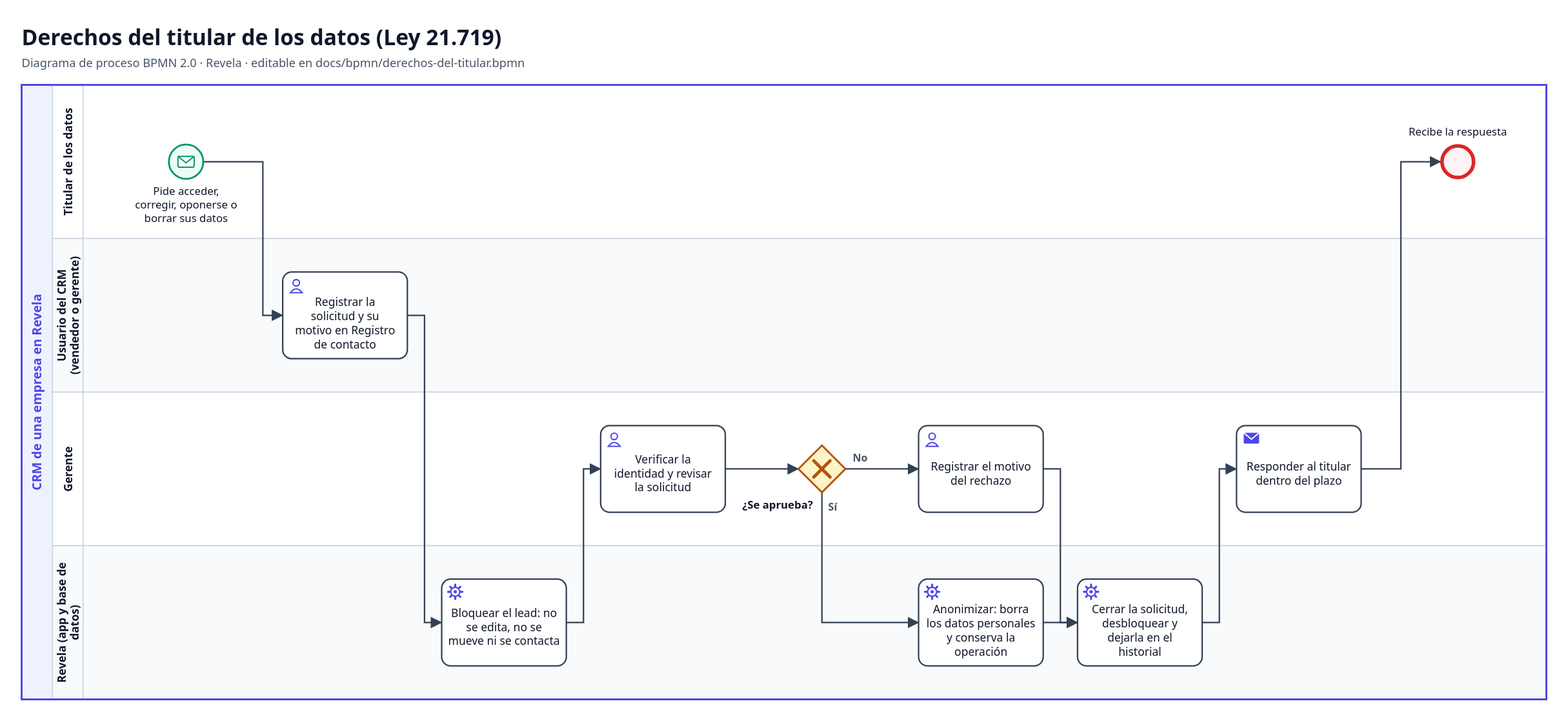
YairCosta/CAPSTONE_003D keeps this BPMN diagram as docs/bpmn/derechos-del-titular.svg. Above is the earlier version. Its source is kept beside it as docs/bpmn/derechos-del-titular.bpmn. Ids are renumbered. The source it was exported from:
```xml
<bpmn:definitions xmlns:bpmn="http://www.omg.org/spec/BPMN/20100524/MODEL" xmlns:bpmndi="http://www.omg.org/spec/BPMN/20100524/DI" xmlns:dc="http://www.omg.org/spec/DD/20100524/DC" xmlns:di="http://www.omg.org/spec/DD/20100524/DI" xmlns:xsi="http://www.w3.org/2001/XMLSchema-instance" id="Definiciones_derechos-del-titular" targetNamespace="https://revela.cl/bpmn" exporter="Revela (scripts/generar-bpmn.mjs)" exporterVersion="1.0">
  <bpmn:collaboration id="Colaboracion_derechos-del-titular">
    <bpmn:documentation>Derechos del titular de los datos (Ley 21.719)</bpmn:documentation>
    <bpmn:participant id="Participante_derechos-del-titular" name="CRM de una empresa en Revela" processRef="Proceso_derechos-del-titular" />
  </bpmn:collaboration>
  <bpmn:process id="Proceso_derechos-del-titular" name="Derechos del titular de los datos (Ley 21.719)" isExecutable="false">
    <bpmn:laneSet id="Carriles_derechos-del-titular">
      <bpmn:lane id="Carril_titular" name="Titular de los datos">
        <bpmn:flowNodeRef>Nodo_pide</bpmn:flowNodeRef>
        <bpmn:flowNodeRef>Nodo_recibe</bpmn:flowNodeRef>
      </bpmn:lane>
      <bpmn:lane id="Carril_usuario" name="Usuario del CRM (vendedor o gerente)">
        <bpmn:flowNodeRef>Nodo_registrar</bpmn:flowNodeRef>
      </bpmn:lane>
      <bpmn:lane id="Carril_gerente" name="Gerente">
        <bpmn:flowNodeRef>Nodo_revisar</bpmn:flowNodeRef>
        <bpmn:flowNodeRef>Nodo_gAprueba</bpmn:flowNodeRef>
        <bpmn:flowNodeRef>Nodo_motivo</bpmn:flowNodeRef>
        <bpmn:flowNodeRef>Nodo_responder</bpmn:flowNodeRef>
      </bpmn:lane>
      <bpmn:lane id="Carril_sistema" name="Revela (app y base de datos)">
        <bpmn:flowNodeRef>Nodo_bloquear</bpmn:flowNodeRef>
        <bpmn:flowNodeRef>Nodo_anonimizar</bpmn:flowNodeRef>
        <bpmn:flowNodeRef>Nodo_cerrar</bpmn:flowNodeRef>
      </bpmn:lane>
    </bpmn:laneSet>
    <bpmn:startEvent id="Nodo_pide" name="Pide acceder, corregir, oponerse o borrar sus datos">
      <bpmn:outgoing>Flujo_1</bpmn:outgoing>
      <bpmn:messageEventDefinition id="Mensaje_pide" />
    </bpmn:startEvent>
    <bpmn:userTask id="Nodo_registrar" name="Registrar la solicitud y su motivo en Registro de contacto">
      <bpmn:incoming>Flujo_1</bpmn:incoming>
      <bpmn:outgoing>Flujo_2</bpmn:outgoing>
    </bpmn:userTask>
    <bpmn:serviceTask id="Nodo_bloquear" name="Bloquear el lead: no se edita, no se mueve ni se contacta">
      <bpmn:incoming>Flujo_2</bpmn:incoming>
      <bpmn:outgoing>Flujo_3</bpmn:outgoing>
    </bpmn:serviceTask>
    <bpmn:userTask id="Nodo_revisar" name="Verificar la identidad y revisar la solicitud">
      <bpmn:incoming>Flujo_3</bpmn:incoming>
      <bpmn:outgoing>Flujo_4</bpmn:outgoing>
    </bpmn:userTask>
    <bpmn:exclusiveGateway id="Nodo_gAprueba" name="¿Se aprueba?">
      <bpmn:incoming>Flujo_4</bpmn:incoming>
      <bpmn:outgoing>Flujo_5</bpmn:outgoing>
      <bpmn:outgoing>Flujo_6</bpmn:outgoing>
    </bpmn:exclusiveGateway>
    <bpmn:userTask id="Nodo_motivo" name="Registrar el motivo del rechazo">
      <bpmn:incoming>Flujo_5</bpmn:incoming>
      <bpmn:outgoing>Flujo_7</bpmn:outgoing>
    </bpmn:userTask>
    <bpmn:serviceTask id="Nodo_anonimizar" name="Anonimizar: borra los datos personales y conserva la operación">
      <bpmn:incoming>Flujo_6</bpmn:incoming>
      <bpmn:outgoing>Flujo_8</bpmn:outgoing>
    </bpmn:serviceTask>
    <bpmn:serviceTask id="Nodo_cerrar" name="Cerrar la solicitud, desbloquear y dejarla en el historial">
      <bpmn:incoming>Flujo_7</bpmn:incoming>
      <bpmn:incoming>Flujo_8</bpmn:incoming>
      <bpmn:outgoing>Flujo_9</bpmn:outgoing>
    </bpmn:serviceTask>
    <bpmn:sendTask id="Nodo_responder" name="Responder al titular dentro del plazo">
      <bpmn:incoming>Flujo_9</bpmn:incoming>
      <bpmn:outgoing>Flujo_10</bpmn:outgoing>
    </bpmn:sendTask>
    <bpmn:endEvent id="Nodo_recibe" name="Recibe la respuesta">
      <bpmn:incoming>Flujo_10</bpmn:incoming>
    </bpmn:endEvent>
    <bpmn:sequenceFlow id="Flujo_1" sourceRef="Nodo_pide" targetRef="Nodo_registrar" />
    <bpmn:sequenceFlow id="Flujo_2" sourceRef="Nodo_registrar" targetRef="Nodo_bloquear" />
    <bpmn:sequenceFlow id="Flujo_3" sourceRef="Nodo_bloquear" targetRef="Nodo_revisar" />
    <bpmn:sequenceFlow id="Flujo_4" sourceRef="Nodo_revisar" targetRef="Nodo_gAprueba" />
    <bpmn:sequenceFlow id="Flujo_5" name="No" sourceRef="Nodo_gAprueba" targetRef="Nodo_motivo" />
    <bpmn:sequenceFlow id="Flujo_6" name="Sí" sourceRef="Nodo_gAprueba" targetRef="Nodo_anonimizar" />
    <bpmn:sequenceFlow id="Flujo_7" sourceRef="Nodo_motivo" targetRef="Nodo_cerrar" />
    <bpmn:sequenceFlow id="Flujo_8" sourceRef="Nodo_anonimizar" targetRef="Nodo_cerrar" />
    <bpmn:sequenceFlow id="Flujo_9" sourceRef="Nodo_cerrar" targetRef="Nodo_responder" />
    <bpmn:sequenceFlow id="Flujo_10" sourceRef="Nodo_responder" targetRef="Nodo_recibe" />
  </bpmn:process>
  <bpmndi:BPMNDiagram id="Diagrama_derechos-del-titular">
    <bpmndi:BPMNPlane id="Plano_derechos-del-titular" bpmnElement="Colaboracion_derechos-del-titular">
      <bpmndi:BPMNShape id="Participante_derechos-del-titular_di" bpmnElement="Participante_derechos-del-titular" isHorizontal="true">
        <dc:Bounds x="24" y="94" width="1688" height="680" />
      </bpmndi:BPMNShape>
      <bpmndi:BPMNShape id="Carril_titular_di" bpmnElement="Carril_titular" isHorizontal="true">
        <dc:Bounds x="58" y="94" width="1654" height="170" />
      </bpmndi:BPMNShape>
      <bpmndi:BPMNShape id="Carril_usuario_di" bpmnElement="Carril_usuario" isHorizontal="true">
        <dc:Bounds x="58" y="264" width="1654" height="170" />
      </bpmndi:BPMNShape>
      <bpmndi:BPMNShape id="Carril_gerente_di" bpmnElement="Carril_gerente" isHorizontal="true">
        <dc:Bounds x="58" y="434" width="1654" height="170" />
      </bpmndi:BPMNShape>
      <bpmndi:BPMNShape id="Carril_sistema_di" bpmnElement="Carril_sistema" isHorizontal="true">
        <dc:Bounds x="58" y="604" width="1654" height="170" />
      </bpmndi:BPMNShape>
      <bpmndi:BPMNShape id="Nodo_pide_di" bpmnElement="Nodo_pide">
        <dc:Bounds x="187" y="160" width="38" height="38" />
        <bpmndi:BPMNLabel><dc:Bounds x="139" y="204" width="134" height="47" /></bpmndi:BPMNLabel>
      </bpmndi:BPMNShape>
      <bpmndi:BPMNShape id="Nodo_registrar_di" bpmnElement="Nodo_registrar">
        <dc:Bounds x="313" y="301" width="138" height="96" />
      </bpmndi:BPMNShape>
      <bpmndi:BPMNShape id="Nodo_bloquear_di" bpmnElement="Nodo_bloquear">
        <dc:Bounds x="489" y="641" width="138" height="96" />
      </bpmndi:BPMNShape>
      <bpmndi:BPMNShape id="Nodo_revisar_di" bpmnElement="Nodo_revisar">
        <dc:Bounds x="665" y="471" width="138" height="96" />
      </bpmndi:BPMNShape>
      <bpmndi:BPMNShape id="Nodo_gAprueba_di" bpmnElement="Nodo_gAprueba" isMarkerVisible="true">
        <dc:Bounds x="884" y="493" width="52" height="52" />
        <bpmndi:BPMNLabel><dc:Bounds x="819" y="551" width="81" height="17" /></bpmndi:BPMNLabel>
      </bpmndi:BPMNShape>
      <bpmndi:BPMNShape id="Nodo_motivo_di" bpmnElement="Nodo_motivo">
        <dc:Bounds x="1017" y="471" width="138" height="96" />
      </bpmndi:BPMNShape>
      <bpmndi:BPMNShape id="Nodo_anonimizar_di" bpmnElement="Nodo_anonimizar">
        <dc:Bounds x="1017" y="641" width="138" height="96" />
      </bpmndi:BPMNShape>
      <bpmndi:BPMNShape id="Nodo_cerrar_di" bpmnElement="Nodo_cerrar">
        <dc:Bounds x="1193" y="641" width="138" height="96" />
      </bpmndi:BPMNShape>
      <bpmndi:BPMNShape id="Nodo_responder_di" bpmnElement="Nodo_responder">
        <dc:Bounds x="1369" y="471" width="138" height="96" />
      </bpmndi:BPMNShape>
      <bpmndi:BPMNShape id="Nodo_recibe_di" bpmnElement="Nodo_recibe">
        <dc:Bounds x="1595" y="160" width="38" height="38" />
        <bpmndi:BPMNLabel><dc:Bounds x="1550" y="138" width="128" height="17" /></bpmndi:BPMNLabel>
      </bpmndi:BPMNShape>
      <bpmndi:BPMNEdge id="Flujo_1_di" bpmnElement="Flujo_1">
        <di:waypoint x="225" y="179" />
        <di:waypoint x="291" y="179" />
        <di:waypoint x="291" y="349" />
        <di:waypoint x="313" y="349" />
      </bpmndi:BPMNEdge>
      <bpmndi:BPMNEdge id="Flujo_2_di" bpmnElement="Flujo_2">
        <di:waypoint x="451" y="349" />
        <di:waypoint x="470" y="349" />
        <di:waypoint x="470" y="689" />
        <di:waypoint x="489" y="689" />
      </bpmndi:BPMNEdge>
      <bpmndi:BPMNEdge id="Flujo_3_di" bpmnElement="Flujo_3">
        <di:waypoint x="627" y="689" />
        <di:waypoint x="646" y="689" />
        <di:waypoint x="646" y="519" />
        <di:waypoint x="665" y="519" />
      </bpmndi:BPMNEdge>
      <bpmndi:BPMNEdge id="Flujo_4_di" bpmnElement="Flujo_4">
        <di:waypoint x="803" y="519" />
        <di:waypoint x="884" y="519" />
      </bpmndi:BPMNEdge>
      <bpmndi:BPMNEdge id="Flujo_5_di" bpmnElement="Flujo_5">
        <di:waypoint x="936" y="519" />
        <di:waypoint x="1017" y="519" />
      </bpmndi:BPMNEdge>
      <bpmndi:BPMNEdge id="Flujo_6_di" bpmnElement="Flujo_6">
        <di:waypoint x="910" y="545" />
        <di:waypoint x="910" y="689" />
        <di:waypoint x="1017" y="689" />
      </bpmndi:BPMNEdge>
      <bpmndi:BPMNEdge id="Flujo_7_di" bpmnElement="Flujo_7">
        <di:waypoint x="1155" y="519" />
        <di:waypoint x="1174" y="519" />
        <di:waypoint x="1174" y="689" />
        <di:waypoint x="1193" y="689" />
      </bpmndi:BPMNEdge>
      <bpmndi:BPMNEdge id="Flujo_8_di" bpmnElement="Flujo_8">
        <di:waypoint x="1155" y="689" />
        <di:waypoint x="1193" y="689" />
      </bpmndi:BPMNEdge>
      <bpmndi:BPMNEdge id="Flujo_9_di" bpmnElement="Flujo_9">
        <di:waypoint x="1331" y="689" />
        <di:waypoint x="1350" y="689" />
        <di:waypoint x="1350" y="519" />
        <di:waypoint x="1369" y="519" />
      </bpmndi:BPMNEdge>
      <bpmndi:BPMNEdge id="Flujo_10_di" bpmnElement="Flujo_10">
        <di:waypoint x="1507" y="519" />
        <di:waypoint x="1551" y="519" />
        <di:waypoint x="1551" y="179" />
        <di:waypoint x="1595" y="179" />
      </bpmndi:BPMNEdge>
    </bpmndi:BPMNPlane>
  </bpmndi:BPMNDiagram>
</bpmn:definitions>
```
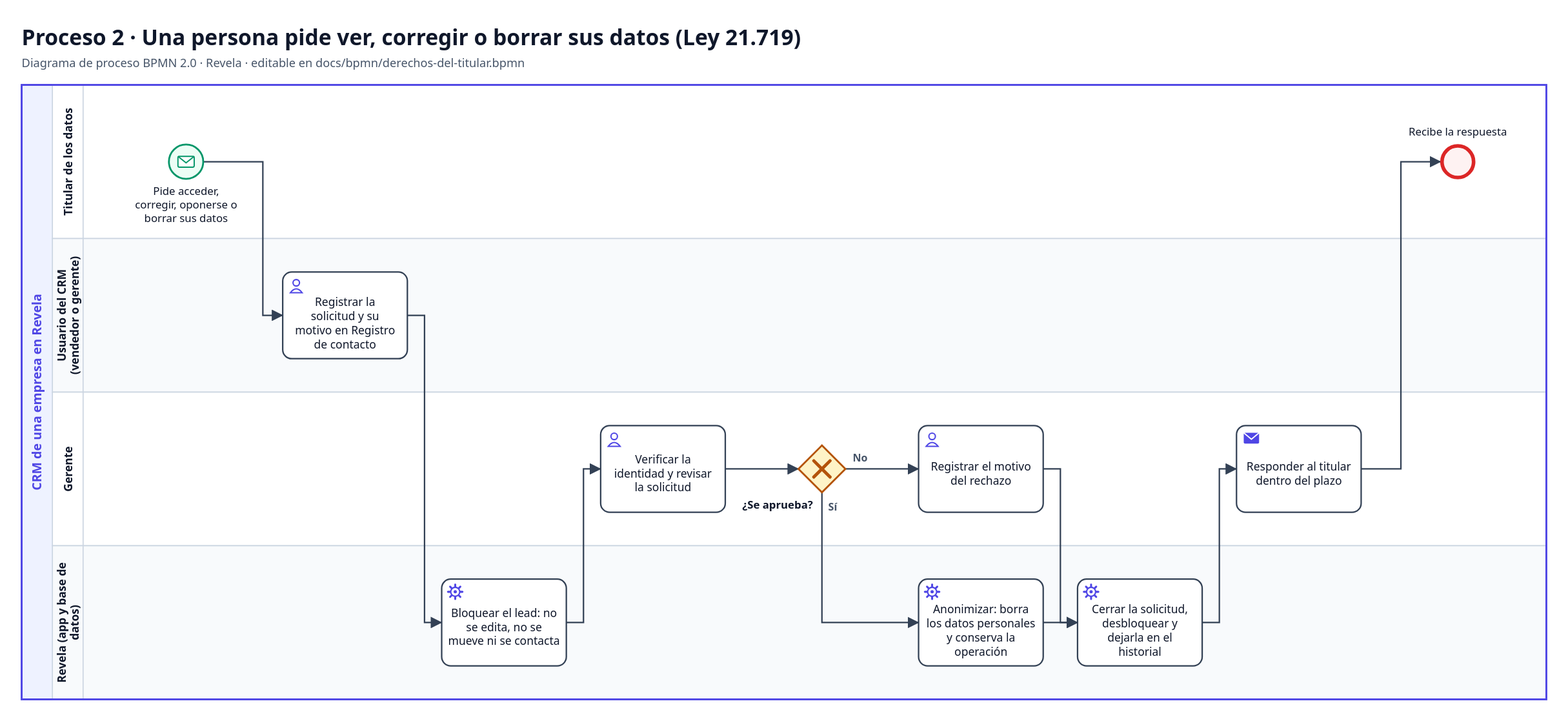
Above is the later version.

Diff of the diagram source:
```diff
@@ -1,9 +1,9 @@
 <bpmn:definitions xmlns:bpmn="http://www.omg.org/spec/BPMN/20100524/MODEL" xmlns:bpmndi="http://www.omg.org/spec/BPMN/20100524/DI" xmlns:dc="http://www.omg.org/spec/DD/20100524/DC" xmlns:di="http://www.omg.org/spec/DD/20100524/DI" xmlns:xsi="http://www.w3.org/2001/XMLSchema-instance" id="Definiciones_derechos-del-titular" targetNamespace="https://revela.cl/bpmn" exporter="Revela (scripts/generar-bpmn.mjs)" exporterVersion="1.0">
   <bpmn:collaboration id="Colaboracion_derechos-del-titular">
-    <bpmn:documentation>Derechos del titular de los datos (Ley 21.719)</bpmn:documentation>
+    <bpmn:documentation>Proceso 2 · Una persona pide ver, corregir o borrar sus datos (Ley 21.719)</bpmn:documentation>
     <bpmn:participant id="Participante_derechos-del-titular" name="CRM de una empresa en Revela" processRef="Proceso_derechos-del-titular" />
   </bpmn:collaboration>
-  <bpmn:process id="Proceso_derechos-del-titular" name="Derechos del titular de los datos (Ley 21.719)" isExecutable="false">
+  <bpmn:process id="Proceso_derechos-del-titular" name="Proceso 2 · Una persona pide ver, corregir o borrar sus datos (Ley 21.719)" isExecutable="false">
     <bpmn:laneSet id="Carriles_derechos-del-titular">
       <bpmn:lane id="Carril_titular" name="Titular de los datos">
         <bpmn:flowNodeRef>Nodo_pide</bpmn:flowNodeRef>
```
